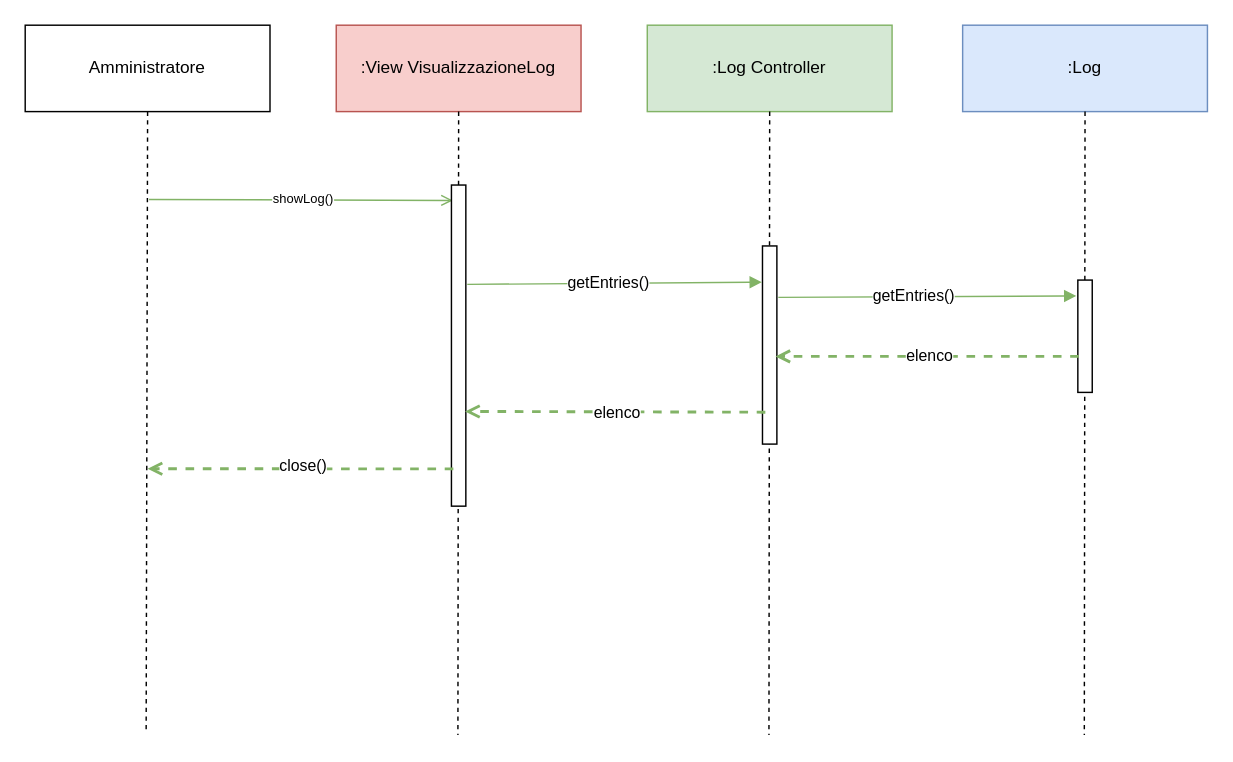
The draw.io diagram Diagrammi_Package/Interazione/Visualizzazione_Log.drawio in JosephBoom02/Progetto_Ingegneria_del_Software, before the edit. Source tidied: cells renumbered, new cells numbered last; positions are measured from the earlier drawing's top-left corner, leaving out a move shared by most shapes. Both pictures are drawn from the tidied source at 144%, with x=0, y=0 at pixel (24, 24).
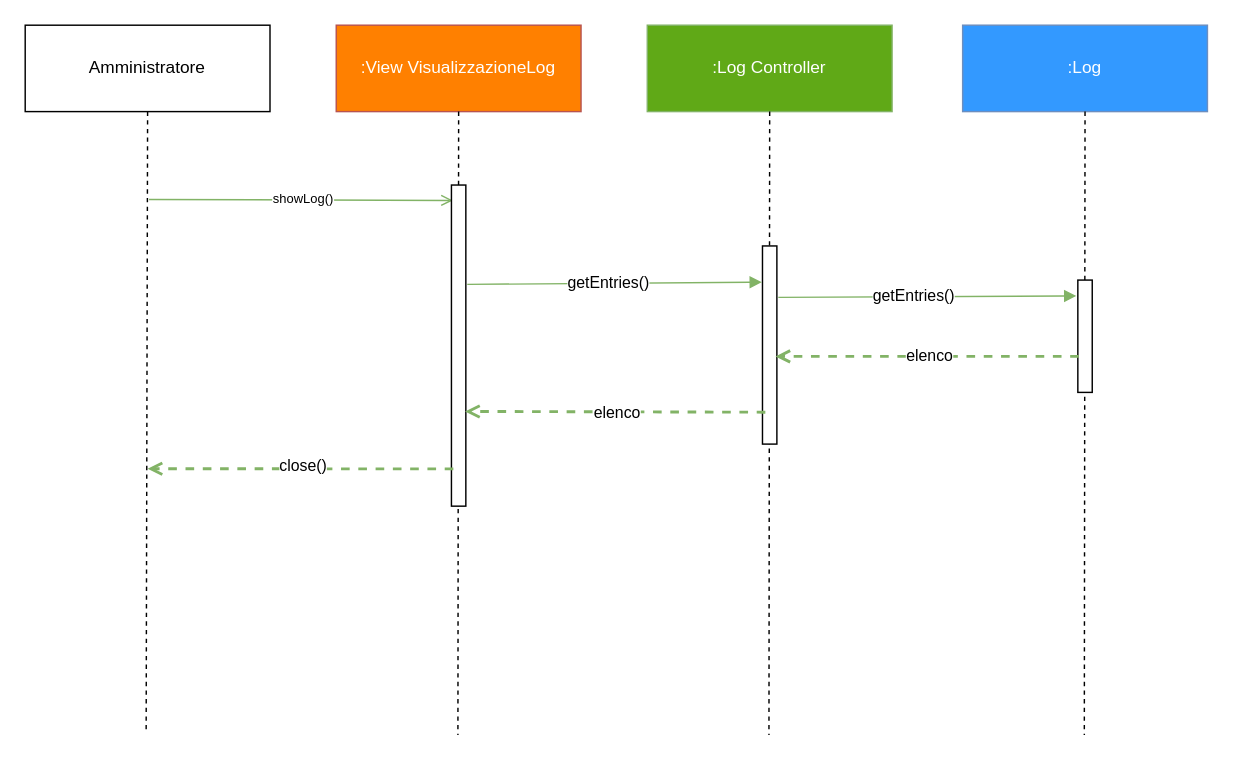
The same diagram, later.

What changed in the source:
```diff
@@
-    <mxCell id="2" value=":View VisualizzazioneLog" style="rounded=0;whiteSpace=wrap;html=1;fillColor=#f8cecc;strokeColor=#b85450;" parent="1" vertex="1">
+    <mxCell id="2" value="&lt;font color=&quot;#ffffff&quot;&gt;:View VisualizzazioneLog&lt;/font&gt;" style="rounded=0;whiteSpace=wrap;html=1;fillColor=#FF8000;strokeColor=#b85450;" parent="1" vertex="1">
       <mxGeometry x="216" width="170" height="60" as="geometry" />
     </mxCell>
@@
-    <mxCell id="4" value=":Log Controller" style="rounded=0;whiteSpace=wrap;html=1;fillColor=#d5e8d4;strokeColor=#82b366;" parent="1" vertex="1">
+    <mxCell id="4" value="&lt;font color=&quot;#ffffff&quot;&gt;:Log Controller&lt;/font&gt;" style="rounded=0;whiteSpace=wrap;html=1;fillColor=#60A917;strokeColor=#82b366;" parent="1" vertex="1">
       <mxGeometry x="432" width="170" height="60" as="geometry" />
     </mxCell>
@@
-    <mxCell id="16" value=":Log" style="rounded=0;whiteSpace=wrap;html=1;fillColor=#dae8fc;strokeColor=#6c8ebf;" parent="1" vertex="1">
+    <mxCell id="16" value="&lt;font color=&quot;#ffffff&quot;&gt;:Log&lt;/font&gt;" style="rounded=0;whiteSpace=wrap;html=1;fillColor=#3399FF;strokeColor=#6c8ebf;" parent="1" vertex="1">
       <mxGeometry x="651" width="170" height="60" as="geometry" />
     </mxCell>
```
